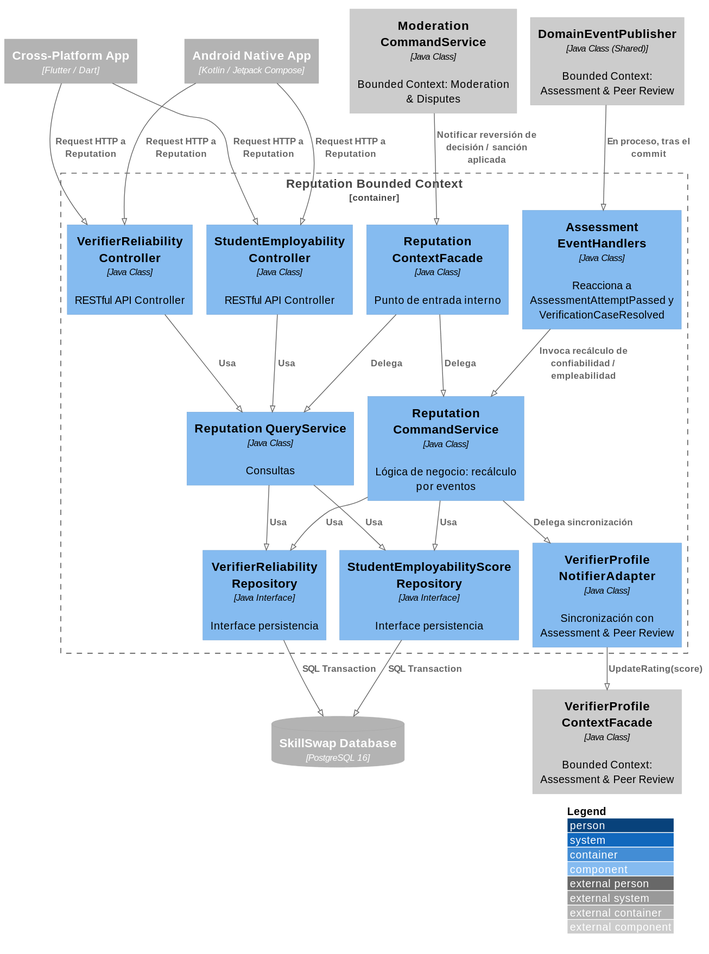
The PlantUML diagram images-doc/ReputationComponent.svg in Aplicaciones-Dispositivos-Moviles/SkillSwap-ProjectReport, before a commit.
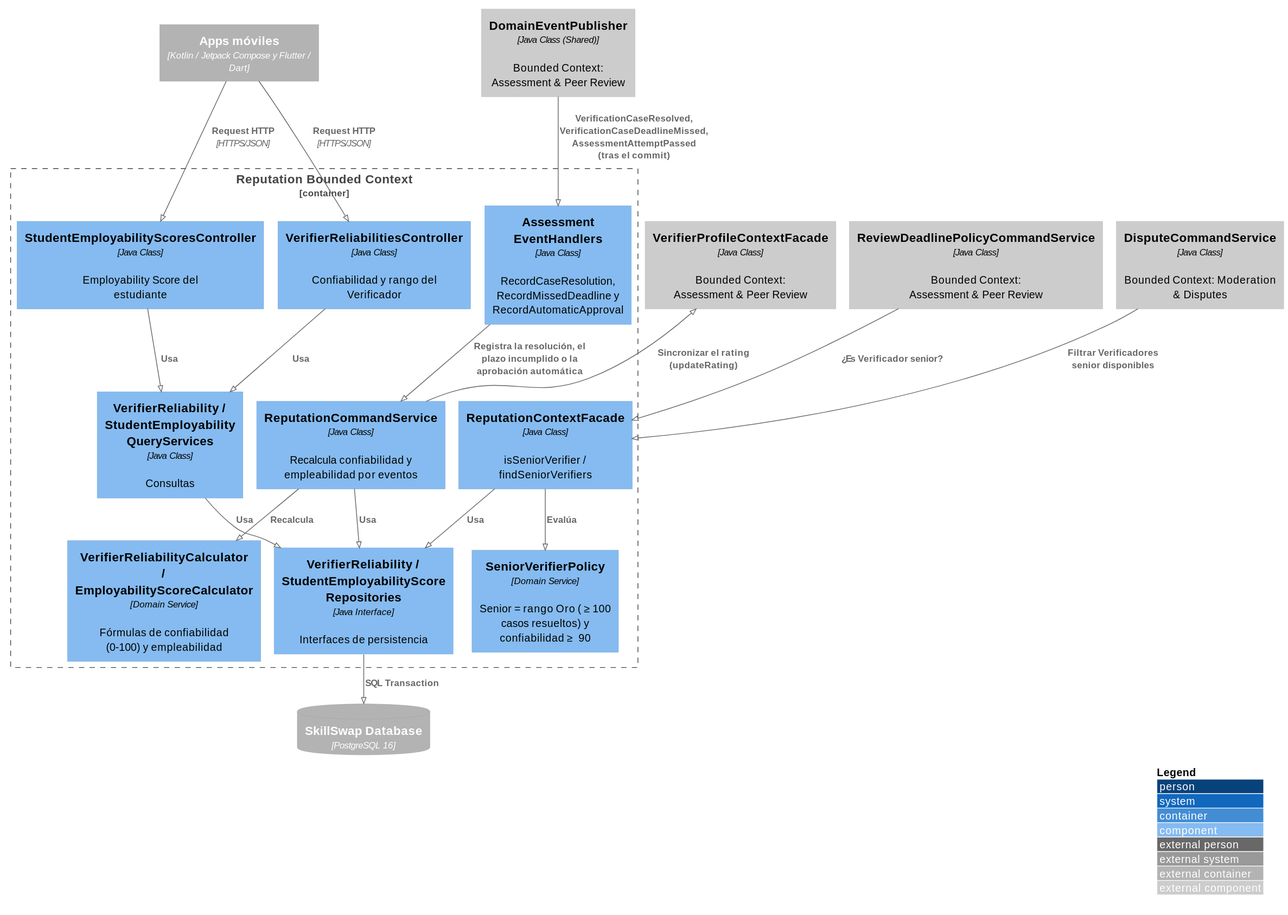
After the commit.

Diff of the diagram source:
```diff
@@ -4,49 +4,41 @@
 
 LAYOUT_WITH_LEGEND()
 
-Container_Ext(androidApp, "Android Native App", "Kotlin / Jetpack Compose")
-Container_Ext(flutterApp, "Cross-Platform App", "Flutter / Dart")
+Container_Ext(mobileApps, "Apps móviles", "Kotlin / Jetpack Compose y Flutter / Dart")
 ContainerDb_Ext(mainDB, "SkillSwap Database", "PostgreSQL 16")
 
 Container_Boundary(reputationBC, "Reputation Bounded Context") {
-    Component(verifierReliabilityController, "VerifierReliability Controller", "Java Class", "RESTful API Controller")
-    Component(studentEmployabilityController, "StudentEmployability Controller", "Java Class", "RESTful API Controller")
-    Component(reputationCommandService, "Reputation CommandService", "Java Class", "Lógica de negocio: recálculo por eventos")
-    Component(reputationQueryService, "Reputation QueryService", "Java Class", "Consultas")
-    Component(assessmentEventHandlers, "Assessment EventHandlers", "Java Class", "Reacciona a AssessmentAttemptPassed y VerificationCaseResolved")
-    Component(verifierReliabilityRepository, "VerifierReliability Repository", "Java Interface", "Interface persistencia")
-    Component(studentEmployabilityRepository, "StudentEmployabilityScore Repository", "Java Interface", "Interface persistencia")
-    Component(verifierProfileNotifierExternal, "VerifierProfile NotifierAdapter", "Java Class", "Sincronización con Assessment & Peer Review")
-    Component(reputationContextFacade, "Reputation ContextFacade", "Java Class", "Punto de entrada interno")
+    Component(reliabilityController, "VerifierReliabilitiesController", "Java Class", "Confiabilidad y rango del Verificador")
+    Component(employabilityController, "StudentEmployabilityScoresController", "Java Class", "Employability Score del estudiante")
+    Component(eventHandlers, "Assessment EventHandlers", "Java Class", "RecordCaseResolution, RecordMissedDeadline y RecordAutomaticApproval")
+    Component(reputationCommandService, "ReputationCommandService", "Java Class", "Recalcula confiabilidad y empleabilidad por eventos")
+    Component(queryServices, "VerifierReliability / StudentEmployability QueryServices", "Java Class", "Consultas")
+    Component(calculators, "VerifierReliabilityCalculator / EmployabilityScoreCalculator", "Domain Service", "Fórmulas de confiabilidad (0-100) y empleabilidad")
+    Component(seniorPolicy, "SeniorVerifierPolicy", "Domain Service", "Senior = rango Oro (≥ 100 casos resueltos) y confiabilidad ≥ 90")
+    Component(repositories, "VerifierReliability / StudentEmployabilityScore Repositories", "Java Interface", "Interfaces de persistencia")
+    Component(reputationFacade, "ReputationContextFacade", "Java Class", "isSeniorVerifier / findSeniorVerifiers")
 }
 
-Component_Ext(verifierProfileContextFacade, "VerifierProfile ContextFacade", "Java Class", "Bounded Context: Assessment & Peer Review")
-Component_Ext(assessmentDomainEventPublisher, "DomainEventPublisher", "Java Class (Shared)", "Bounded Context: Assessment & Peer Review")
-Component_Ext(moderationCommandService, "Moderation CommandService", "Java Class", "Bounded Context: Moderation & Disputes")
+Component_Ext(assessmentPublisher, "DomainEventPublisher", "Java Class (Shared)", "Bounded Context: Assessment & Peer Review")
+Component_Ext(verifierFacade, "VerifierProfileContextFacade", "Java Class", "Bounded Context: Assessment & Peer Review")
+Component_Ext(deadlinePolicyService, "ReviewDeadlinePolicyCommandService", "Java Class", "Bounded Context: Assessment & Peer Review")
+Component_Ext(disputeCommandService, "DisputeCommandService", "Java Class", "Bounded Context: Moderation & Disputes")
 
-Rel(androidApp, verifierReliabilityController, "Request HTTP a Reputation")
-Rel(flutterApp, verifierReliabilityController, "Request HTTP a Reputation")
-Rel(androidApp, studentEmployabilityController, "Request HTTP a Reputation")
-Rel(flutterApp, studentEmployabilityController, "Request HTTP a Reputation")
+Rel(mobileApps, reliabilityController, "Request HTTP", "HTTPS/JSON")
+Rel(mobileApps, employabilityController, "Request HTTP", "HTTPS/JSON")
+Rel(reliabilityController, queryServices, "Usa")
+Rel(employabilityController, queryServices, "Usa")
 
-Rel(verifierReliabilityController, reputationQueryService, "Usa")
-Rel(studentEmployabilityController, reputationQueryService, "Usa")
+Rel(assessmentPublisher, eventHandlers, "VerificationCaseResolved, VerificationCaseDeadlineMissed, AssessmentAttemptPassed (tras el commit)")
+Rel(eventHandlers, reputationCommandService, "Registra la resolución, el plazo incumplido o la aprobación automática")
+Rel(reputationCommandService, calculators, "Recalcula")
+Rel(reputationCommandService, repositories, "Usa")
+Rel(queryServices, repositories, "Usa")
+Rel(repositories, mainDB, "SQL Transaction")
+Rel_U(reputationCommandService, verifierFacade, "Sincronizar el rating (updateRating)")
 
-Rel(reputationCommandService, verifierReliabilityRepository, "Usa")
-Rel(reputationCommandService, studentEmployabilityRepository, "Usa")
-Rel(reputationQueryService, verifierReliabilityRepository, "Usa")
-Rel(reputationQueryService, studentEmployabilityRepository, "Usa")
-Rel(verifierReliabilityRepository, mainDB, "SQL Transaction")
-Rel(studentEmployabilityRepository, mainDB, "SQL Transaction")
-
-Rel(assessmentDomainEventPublisher, assessmentEventHandlers, "En proceso, tras el commit")
-Rel(assessmentEventHandlers, reputationCommandService, "Invoca recálculo de confiabilidad / empleabilidad")
-
-Rel(reputationCommandService, verifierProfileNotifierExternal, "Delega sincronización")
-Rel(verifierProfileNotifierExternal, verifierProfileContextFacade, "UpdateRating(score)")
-
-Rel(reputationContextFacade, reputationCommandService, "Delega")
-Rel(reputationContextFacade, reputationQueryService, "Delega")
-
-Rel(moderationCommandService, reputationContextFacade, "Notificar reversión de decisión / sanción aplicada")
+Rel(reputationFacade, repositories, "Usa")
+Rel(reputationFacade, seniorPolicy, "Evalúa")
+Rel(deadlinePolicyService, reputationFacade, "¿Es Verificador senior?")
+Rel(disputeCommandService, reputationFacade, "Filtrar Verificadores senior disponibles")
 @enduml
```
